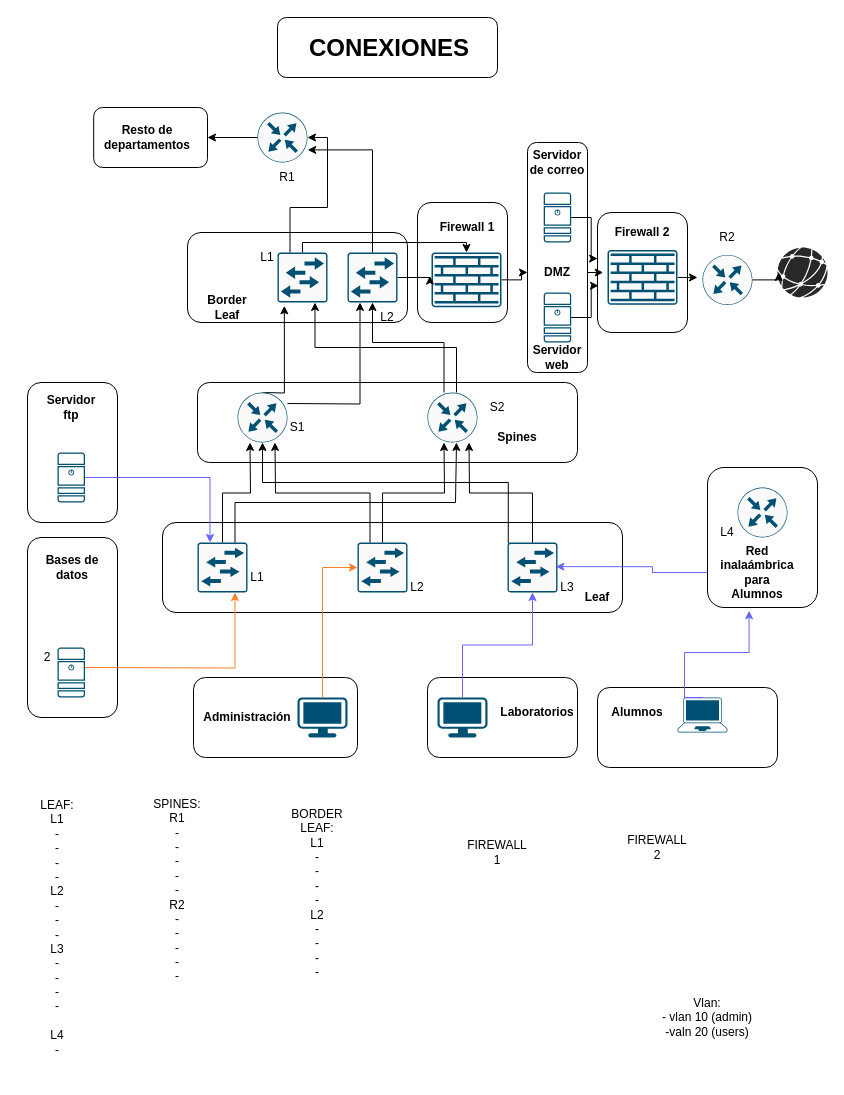
Above: facultad_ciencias_conexiones.drawio in Practicas-Kyndryl/facultad_ciencias (draw.io), before the change. Source tidied: cells renumbered, new cells numbered last; positions are measured from the earlier drawing's top-left corner, leaving out a move shared by most shapes. Both pictures are drawn from the tidied source at 100%, with x=0, y=0 at pixel (17, 17).
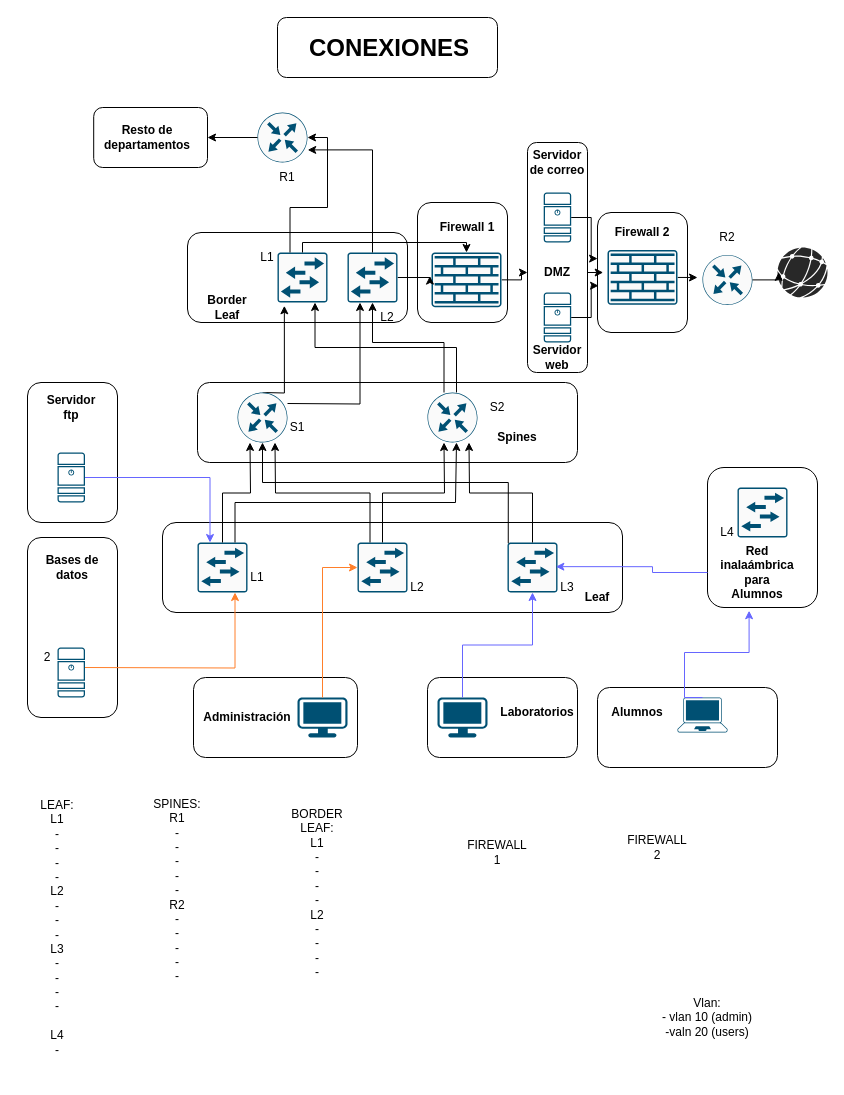
The same page after the edit.

What changed in the source:
```diff
@@
-    <mxCell id="88" style="sketch=0;verticalLabelPosition=bottom;html=1;verticalAlign=top;align=center;shape=mxgraph.cisco19.rect;prIcon=router;fillColor=#FAFAFA;strokeColor=#005073;" parent="1" vertex="1">
-      <mxGeometry x="720" y="470" width="50" height="50" as="geometry" />
-    </mxCell>
@@
+    <mxCell id="96" style="sketch=0;verticalLabelPosition=bottom;html=1;verticalAlign=top;align=center;shape=mxgraph.cisco19.rect;prIcon=l2_switch;fillColor=#FAFAFA;strokeColor=#005073;" parent="1" vertex="1">
+      <mxGeometry x="720" y="470" width="50" height="50" as="geometry" />
+    </mxCell>
```
